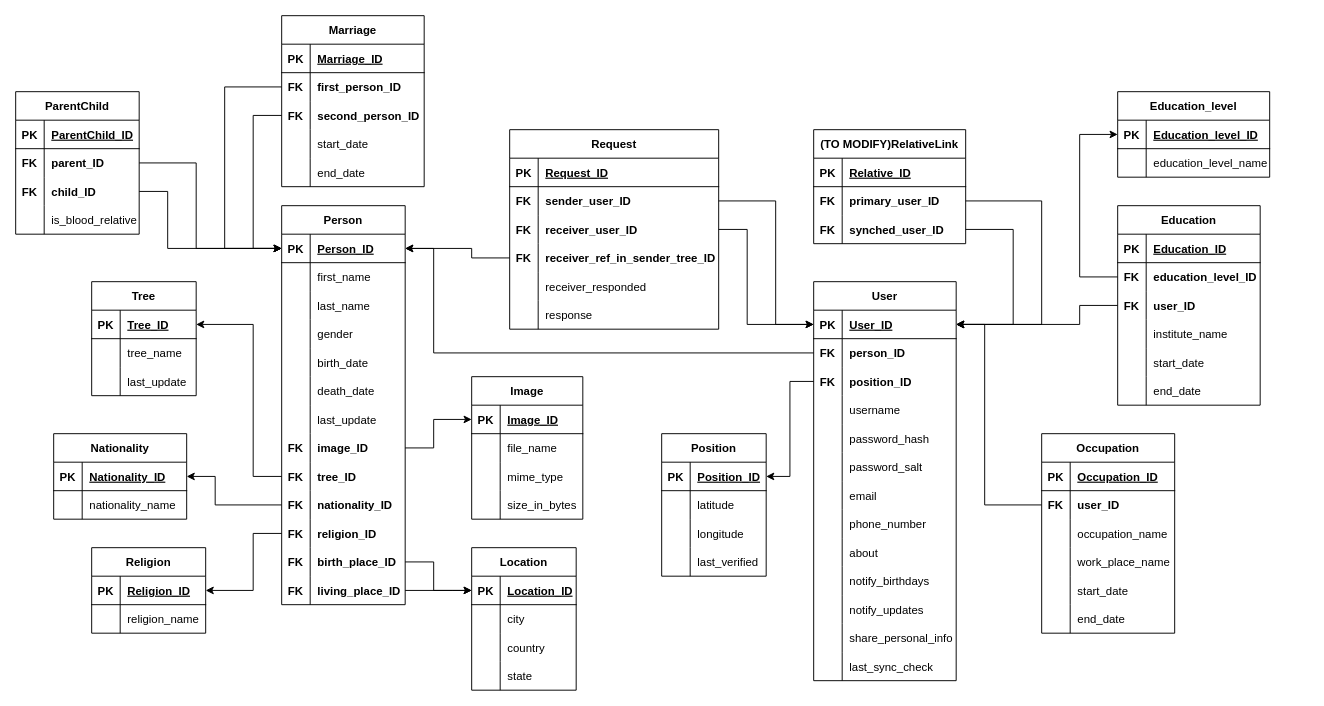
This is genealoryTree.drawio from bogdandr14/Genealogy-Tree, a draw.io file, before an edit. Source tidied: cells renumbered, new cells numbered last; positions are measured from the earlier drawing's top-left corner, leaving out a move shared by most shapes. Both pictures are drawn from the tidied source at 95%, with x=0, y=0 at pixel (15, 15).
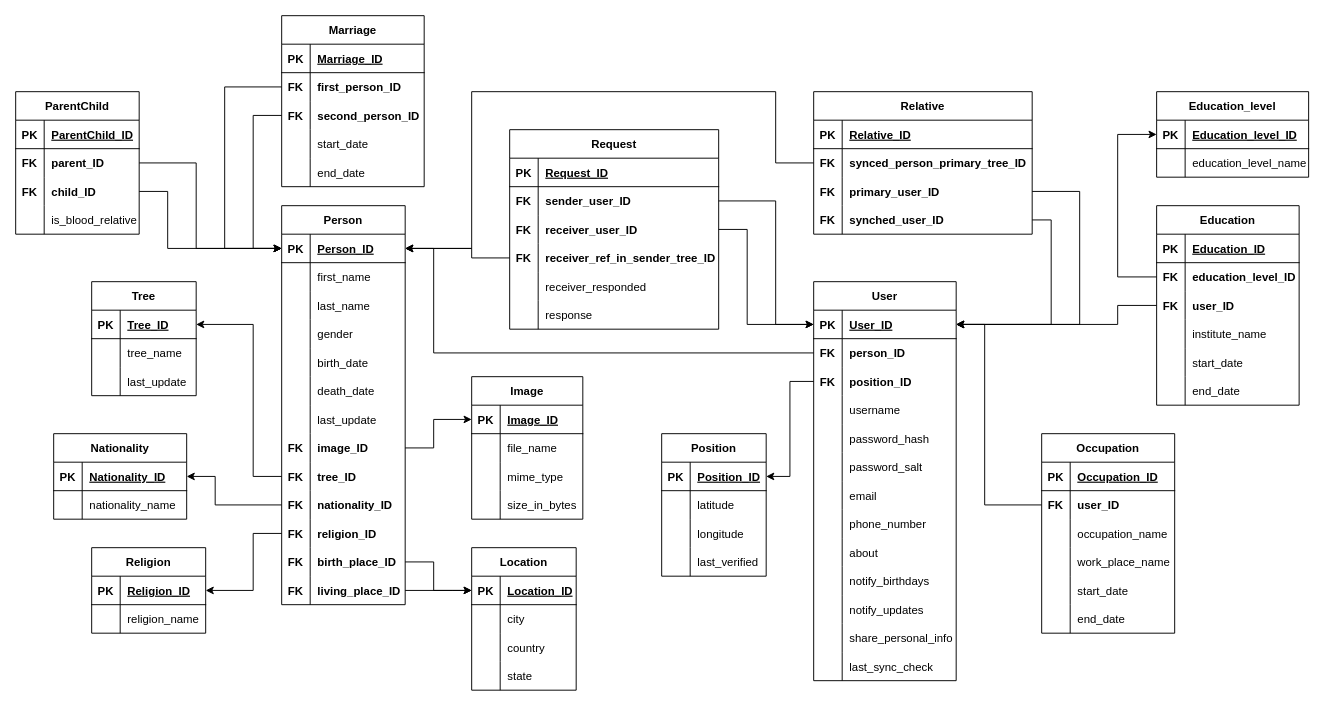
The same diagram, later.

Unchanged cells that the change refers to:
```xml
<mxCell id="3" style="shape=partialRectangle;fillColor=none;top=0;left=0;bottom=1;right=0;points=[[0,0.5],[1,0.5]];portConstraint=eastwest;" parent="2" vertex="1">
  <mxGeometry y="30" width="130" height="30" as="geometry" />
</mxCell>
<mxCell id="71" style="shape=partialRectangle;fillColor=none;top=0;left=0;bottom=1;right=0;points=[[0,0.5],[1,0.5]];portConstraint=eastwest;" parent="70" vertex="1">
  <mxGeometry y="30" width="150" height="30" as="geometry" />
</mxCell>
<mxCell id="132" style="shape=partialRectangle;fillColor=none;top=0;left=0;bottom=0;right=0;points=[[0,0.5],[1,0.5]];portConstraint=eastwest;fontStyle=1;" parent="128" vertex="1">
  <mxGeometry y="60" width="150" height="30" as="geometry" />
</mxCell>
<mxCell id="135" style="shape=partialRectangle;fillColor=none;top=0;left=0;bottom=0;right=0;points=[[0,0.5],[1,0.5]];portConstraint=eastwest;fontStyle=1;" parent="128" vertex="1">
  <mxGeometry y="90" width="150" height="30" as="geometry" />
</mxCell>
<mxCell id="247" style="shape=partialRectangle;fillColor=none;top=0;left=0;bottom=1;right=0;points=[[0,0.5],[1,0.5]];portConstraint=eastwest;" parent="246" vertex="1">
  <mxGeometry y="30" width="160" height="30" as="geometry" />
</mxCell>
```

The edit, as a diff of the source:
```diff
@@
-    <mxCell id="60" value="(TO MODIFY)RelativeLink" style="shape=table;startSize=30;childLayout=tableLayout;rowLines=0;fontStyle=1;align=center;" parent="1" vertex="1">
-      <mxGeometry x="840" y="120" width="160" height="120" as="geometry" />
+    <mxCell id="60" value="Relative" style="shape=table;startSize=30;childLayout=tableLayout;rowLines=0;fontStyle=1;align=center;" parent="1" vertex="1">
+      <mxGeometry x="840" y="80" width="230" height="150" as="geometry" />
     </mxCell>
     <mxCell id="61" style="shape=partialRectangle;fillColor=none;top=0;left=0;bottom=1;right=0;" parent="60" vertex="1">
-      <mxGeometry y="30" width="160" height="30" as="geometry" />
+      <mxGeometry y="30" width="230" height="30" as="geometry" />
     </mxCell>
@@
     <mxCell id="63" value="Relative_ID" style="shape=partialRectangle;fillColor=none;top=0;left=0;bottom=0;right=0;align=left;spacingLeft=6;fontStyle=5;overflow=hidden;" parent="61" vertex="1">
-      <mxGeometry x="30" width="130" height="30" as="geometry" />
+      <mxGeometry x="30" width="200" height="30" as="geometry" />
     </mxCell>
+    <mxCell id="268" style="shape=partialRectangle;fillColor=none;top=0;left=0;bottom=0;right=0;points=[[0,0.5],[1,0.5]];portConstraint=eastwest;fontStyle=1;" parent="60" vertex="1">
+      <mxGeometry y="60" width="230" height="30" as="geometry" />
+    </mxCell>
+    <mxCell id="269" value="FK" style="shape=partialRectangle;fillColor=none;top=0;left=0;bottom=0;right=0;overflow=hidden;fontStyle=1;" parent="268" vertex="1">
+      <mxGeometry width="30" height="30" as="geometry" />
+    </mxCell>
+    <mxCell id="270" value="synced_person_primary_tree_ID" style="shape=partialRectangle;fillColor=none;top=0;left=0;bottom=0;right=0;align=left;spacingLeft=6;overflow=hidden;fontStyle=1;" parent="268" vertex="1">
+      <mxGeometry x="30" width="200" height="30" as="geometry" />
+    </mxCell>
     <mxCell id="64" style="shape=partialRectangle;fillColor=none;top=0;left=0;bottom=0;right=0;points=[[0,0.5],[1,0.5]];portConstraint=eastwest;fontStyle=1;" parent="60" vertex="1">
-      <mxGeometry y="60" width="160" height="30" as="geometry" />
+      <mxGeometry y="90" width="230" height="30" as="geometry" />
     </mxCell>
@@
     <mxCell id="66" value="primary_user_ID" style="shape=partialRectangle;fillColor=none;top=0;left=0;bottom=0;right=0;align=left;spacingLeft=6;overflow=hidden;fontStyle=1;" parent="64" vertex="1">
-      <mxGeometry x="30" width="130" height="30" as="geometry" />
+      <mxGeometry x="30" width="200" height="30" as="geometry" />
     </mxCell>
     <mxCell id="67" style="shape=partialRectangle;fillColor=none;top=0;left=0;bottom=0;right=0;points=[[0,0.5],[1,0.5]];portConstraint=eastwest;fontStyle=1;" parent="60" vertex="1">
-      <mxGeometry y="90" width="160" height="30" as="geometry" />
+      <mxGeometry y="120" width="230" height="30" as="geometry" />
     </mxCell>
@@
     <mxCell id="69" value="synched_user_ID" style="shape=partialRectangle;fillColor=none;top=0;left=0;bottom=0;right=0;align=left;spacingLeft=6;overflow=hidden;fontStyle=1;" parent="67" vertex="1">
-      <mxGeometry x="30" width="130" height="30" as="geometry" />
+      <mxGeometry x="30" width="200" height="30" as="geometry" />
     </mxCell>
@@
     <mxCell id="125" style="edgeStyle=orthogonalEdgeStyle;rounded=0;jettySize=auto;html=1;exitX=1;exitY=0.5;exitDx=0;exitDy=0;entryX=1;entryY=0.5;entryDx=0;entryDy=0;" parent="1" edge="1" source="67" target="71">
       <mxGeometry relative="1" as="geometry">
         <Array as="points">
-          <mxPoint x="1050" y="225" />
-          <mxPoint x="1050" y="325" />
+          <mxPoint x="1090" y="215" />
+          <mxPoint x="1090" y="325" />
         </Array>
       </mxGeometry>
     </mxCell>
     <mxCell id="126" style="edgeStyle=orthogonalEdgeStyle;rounded=0;jettySize=auto;html=1;exitX=1;exitY=0.5;exitDx=0;exitDy=0;entryX=1;entryY=0.5;entryDx=0;entryDy=0;" parent="1" edge="1" source="64" target="71">
       <mxGeometry relative="1" as="geometry">
         <Array as="points">
-          <mxPoint x="1080" y="195" />
-          <mxPoint x="1080" y="325" />
+          <mxPoint x="1120" y="185" />
+          <mxPoint x="1120" y="325" />
         </Array>
       </mxGeometry>
     </mxCell>
@@
     <mxCell id="128" value="Education" style="shape=table;startSize=30;childLayout=tableLayout;rowLines=0;fontStyle=1;align=center;" parent="1" vertex="1">
-      <mxGeometry x="1160" y="200" width="150" height="210" as="geometry" />
+      <mxGeometry x="1201" y="200" width="150" height="210" as="geometry" />
     </mxCell>
@@
     <mxCell id="147" style="edgeStyle=orthogonalEdgeStyle;rounded=0;jettySize=auto;html=1;exitX=0;exitY=0.5;exitDx=0;exitDy=0;entryX=1;entryY=0.5;entryDx=0;entryDy=0;" parent="1" edge="1" source="135" target="71">
       <mxGeometry relative="1" as="geometry">
         <Array as="points">
-          <mxPoint x="1120" y="305" />
-          <mxPoint x="1120" y="325" />
+          <mxPoint x="1160" y="305" />
+          <mxPoint x="1160" y="325" />
         </Array>
       </mxGeometry>
     </mxCell>
@@
     <mxCell id="246" value="Education_level" style="shape=table;startSize=30;childLayout=tableLayout;rowLines=0;fontStyle=1;align=center;" parent="1" vertex="1">
-      <mxGeometry x="1160" y="80" width="160" height="90" as="geometry" />
+      <mxGeometry x="1201" y="80" width="160" height="90" as="geometry" />
     </mxCell>
@@
     <mxCell id="253" style="edgeStyle=orthogonalEdgeStyle;rounded=0;jettySize=auto;html=1;exitX=0;exitY=0.5;exitDx=0;exitDy=0;" parent="1" edge="1" source="132" target="247">
       <mxGeometry relative="1" as="geometry">
         <Array as="points">
-          <mxPoint x="1120" y="275" />
-          <mxPoint x="1120" y="125" />
+          <mxPoint x="1160" y="275" />
+          <mxPoint x="1160" y="125" />
         </Array>
       </mxGeometry>
     </mxCell>
@@
+    <mxCell id="271" style="edgeStyle=orthogonalEdgeStyle;rounded=0;jettySize=auto;html=1;exitX=0;exitY=0.5;exitDx=0;exitDy=0;entryX=1;entryY=0.5;entryDx=0;entryDy=0;" parent="1" edge="1" source="268" target="3">
+      <mxGeometry relative="1" as="geometry">
+        <Array as="points">
+          <mxPoint x="800" y="155" />
+          <mxPoint x="800" y="80" />
+          <mxPoint x="480" y="80" />
+          <mxPoint x="480" y="245" />
+        </Array>
+      </mxGeometry>
+    </mxCell>
```
